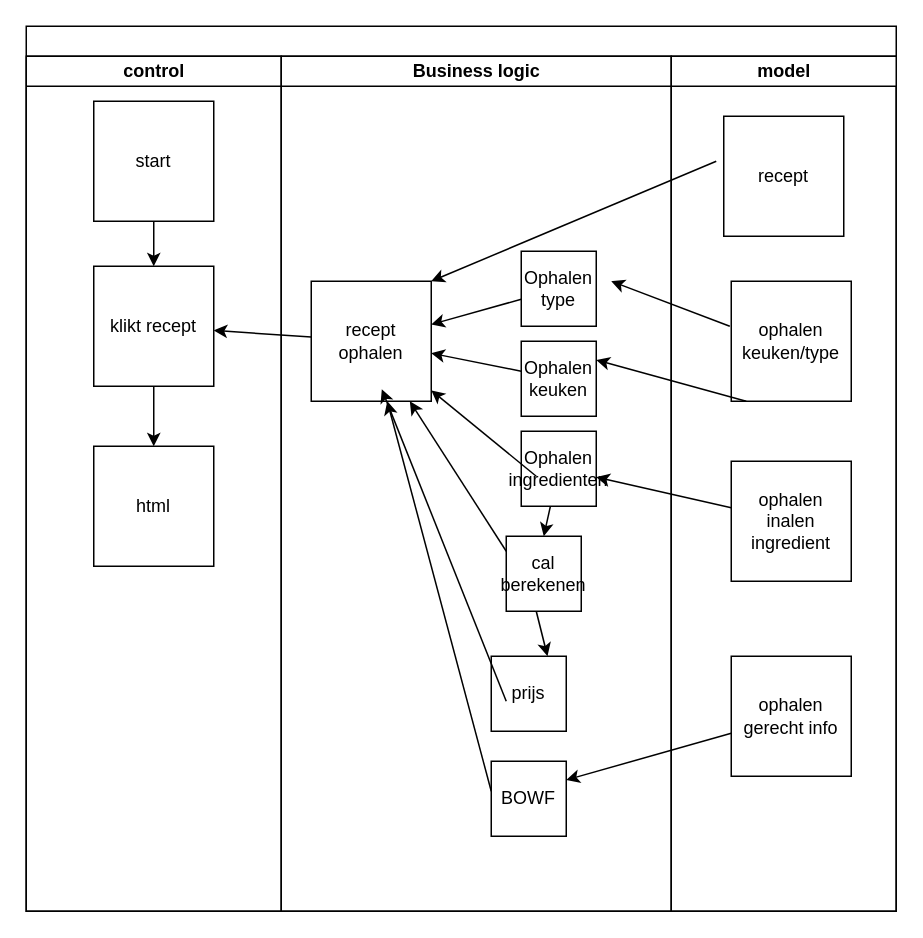
Before: page "Page-1" (2 of 3) of ASD.drawio in rafschmeits/educom-verrukkulluk-1763543508, a draw.io diagram. Source tidied: cells renumbered, new cells numbered last; positions are measured from the earlier drawing's top-left corner, leaving out a move shared by most shapes. Both pictures are drawn from the tidied source at 150%, with x=0, y=0 at pixel (26, 26).
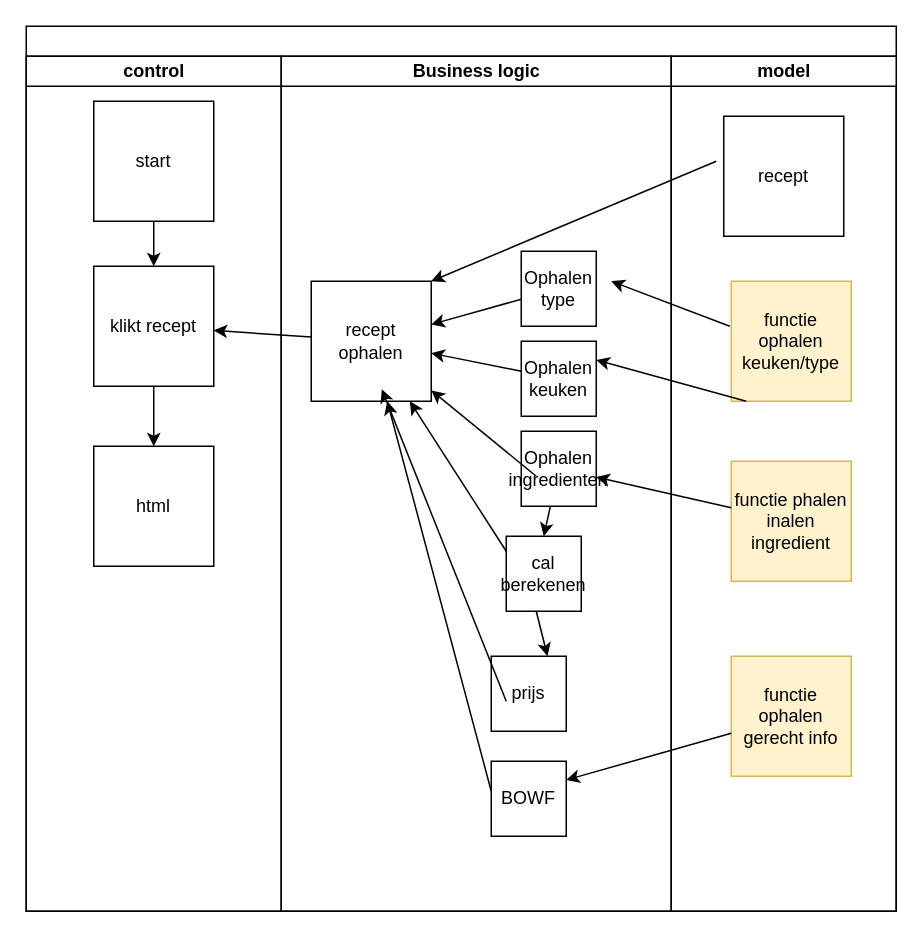
After the change.

The change refers to these unchanged cells:
```xml
<mxCell id="25" value="model" style="swimlane;html=1;startSize=20;" parent="2" vertex="1">
  <mxGeometry x="430" y="20" width="150" height="570" as="geometry" />
</mxCell>
```

Diff of the diagram source:
```diff
@@
-    <mxCell id="27" value="ophalen keuken/type" style="whiteSpace=wrap;html=1;" parent="25" vertex="1">
+    <mxCell id="27" value="functie ophalen keuken/type" style="whiteSpace=wrap;html=1;fillColor=#fff2cc;strokeColor=#d6b656;" parent="25" vertex="1">
       <mxGeometry x="40" y="150" width="80" height="80" as="geometry" />
     </mxCell>
@@
-    <mxCell id="29" value="ophalen inalen ingredient" style="whiteSpace=wrap;html=1;" parent="25" vertex="1">
+    <mxCell id="29" value="functie phalen inalen ingredient" style="whiteSpace=wrap;html=1;fillColor=#fff2cc;strokeColor=#d6b656;" parent="25" vertex="1">
       <mxGeometry x="40" y="270" width="80" height="80" as="geometry" />
     </mxCell>
-    <mxCell id="30" value="ophalen gerecht info" style="whiteSpace=wrap;html=1;" parent="25" vertex="1">
+    <mxCell id="30" value="functie ophalen gerecht info" style="whiteSpace=wrap;html=1;fillColor=#fff2cc;strokeColor=#d6b656;" parent="25" vertex="1">
       <mxGeometry x="40" y="400" width="80" height="80" as="geometry" />
     </mxCell>
```
